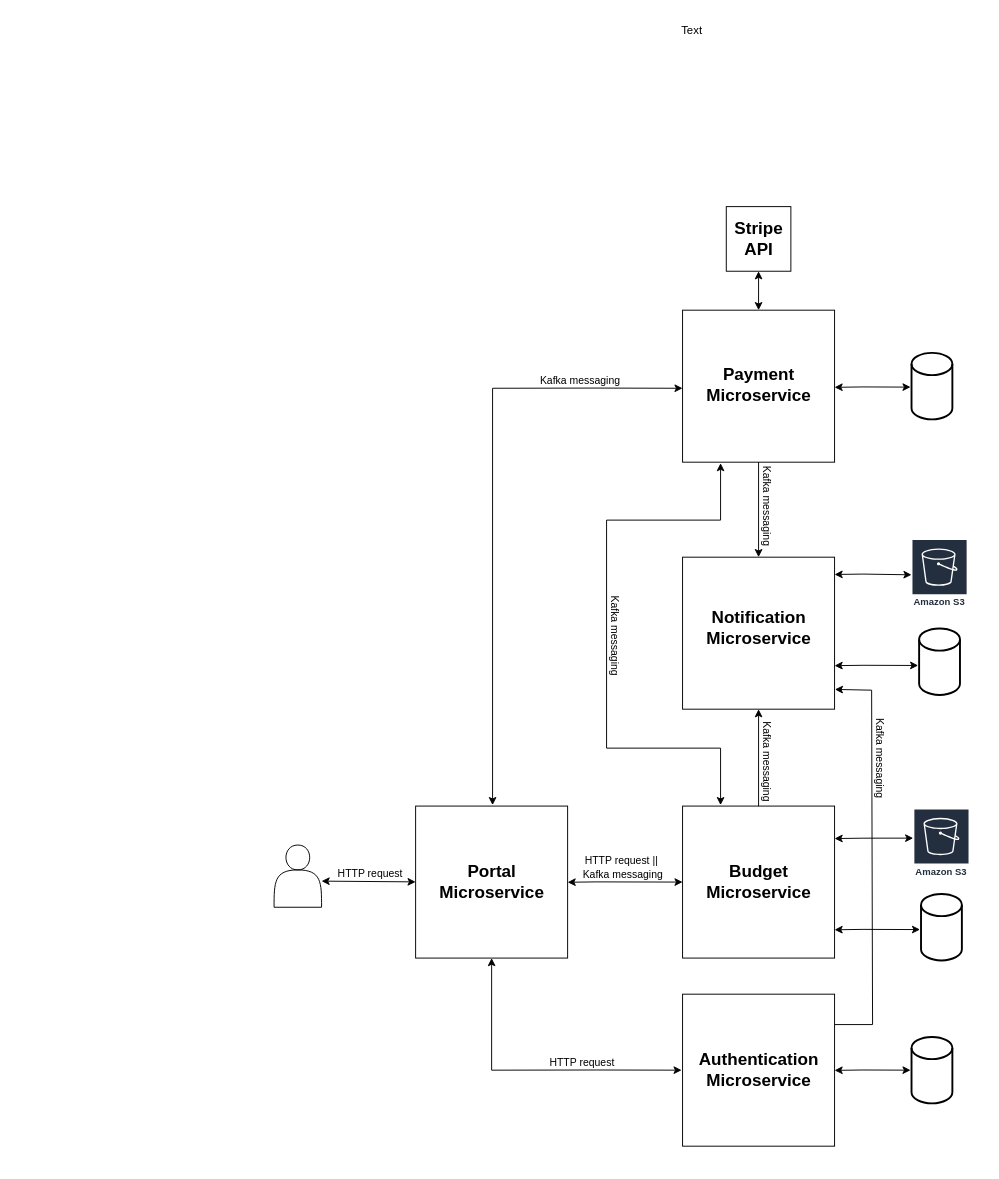
Earlier version of the draw.io diagram documentationStuff/expenseshubdiagram.drawio (MiguelCardoso19/BudgetHub). Source tidied: cells renumbered, new cells numbered last; positions are measured from the earlier drawing's top-left corner, leaving out a move shared by most shapes. Both pictures are drawn from the tidied source at 95%, with x=0, y=0 at pixel (274, 16).
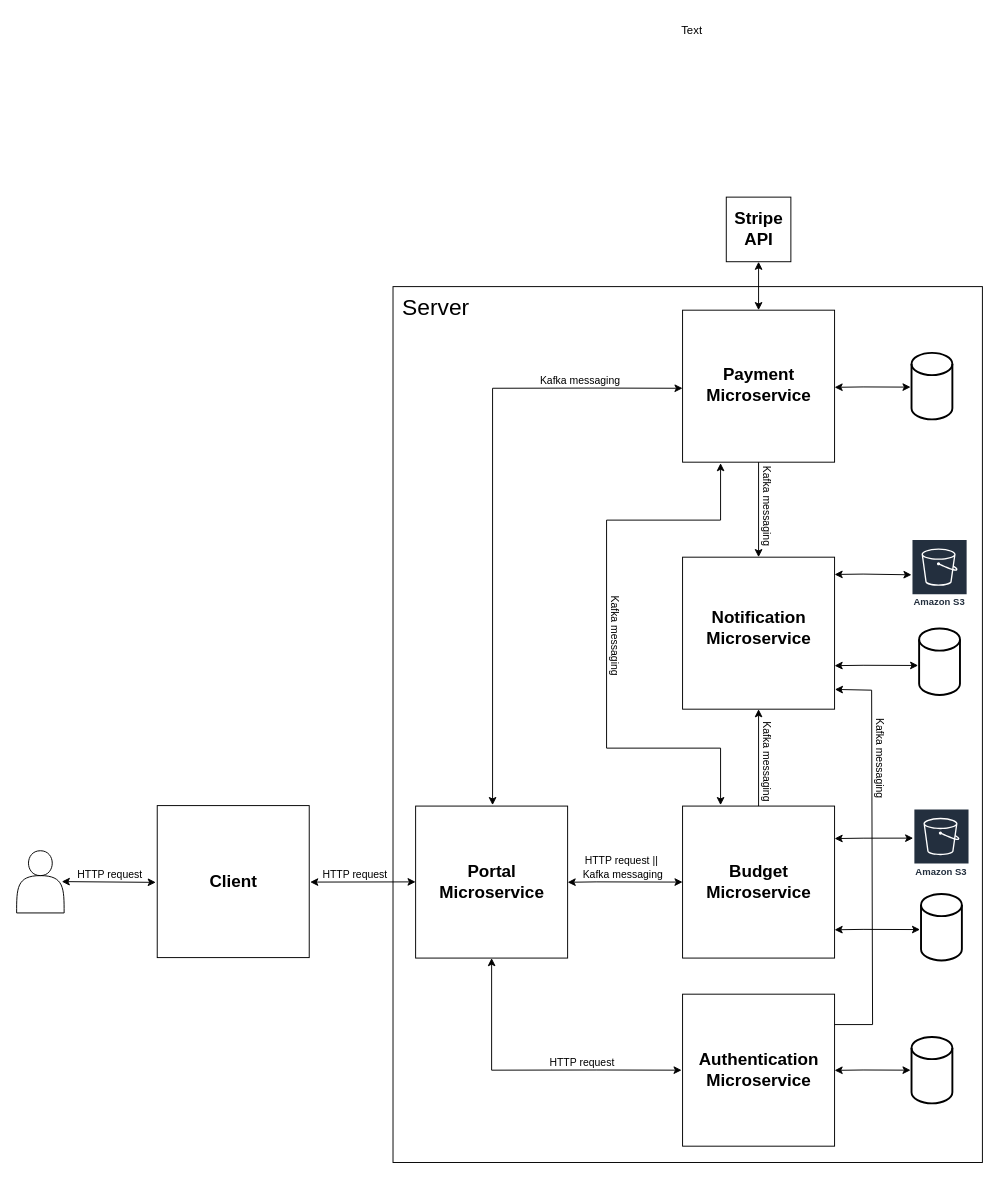
Above is the later version.

What changed in the source:
```diff
@@
+    <mxCell id="45" style="rounded=0;whiteSpace=wrap;html=1;rotation=-90;" parent="1" vertex="1">
+      <mxGeometry x="-25.6" y="435" width="922" height="620.4" as="geometry" />
+    </mxCell>
@@
     <mxCell id="4" style="shape=actor;whiteSpace=wrap;html=1;" parent="1" vertex="1">
-      <mxGeometry y="872" width="50" height="65.5" as="geometry" />
+      <mxGeometry x="-271" y="878" width="50" height="65.5" as="geometry" />
     </mxCell>
     <mxCell id="5" style="endArrow=classic;startArrow=classic;html=1;rounded=0;entryX=0;entryY=0.5;entryDx=0;entryDy=0;" parent="1" edge="1">
       <mxGeometry relative="1" as="geometry">
-        <mxPoint x="50" y="910" as="sourcePoint" />
+        <mxPoint x="38" y="911" as="sourcePoint" />
         <mxPoint x="149" y="910.8" as="targetPoint" />
       </mxGeometry>
     </mxCell>
@@
     <mxCell id="29" value="&lt;font style=&quot;font-size: 11px;&quot;&gt;HTTP request&lt;/font&gt;" style="text;html=1;align=center;verticalAlign=middle;whiteSpace=wrap;rounded=0;" parent="1" vertex="1">
-      <mxGeometry x="59.5" y="887" width="82.5" height="30" as="geometry" />
+      <mxGeometry x="44" y="887.8" width="82.5" height="30" as="geometry" />
     </mxCell>
@@
     <mxCell id="34" style="whiteSpace=wrap;html=1;" parent="1" vertex="1">
-      <mxGeometry x="476" y="200" width="68" height="68" as="geometry" />
+      <mxGeometry x="476" y="190" width="68" height="68" as="geometry" />
     </mxCell>
     <mxCell id="35" value="&lt;span style=&quot;font-size: 18px;&quot;&gt;&lt;b&gt;Stripe&lt;br&gt;API&lt;/b&gt;&lt;/span&gt;" style="text;html=1;align=center;verticalAlign=middle;whiteSpace=wrap;rounded=0;" parent="1" vertex="1">
-      <mxGeometry x="478.6" y="206" width="62.8" height="56" as="geometry" />
+      <mxGeometry x="478.6" y="196" width="62.8" height="56" as="geometry" />
     </mxCell>
@@
+    <mxCell id="46" style="whiteSpace=wrap;html=1;" parent="1" vertex="1">
+      <mxGeometry x="-123" y="830.5" width="160" height="160" as="geometry" />
+    </mxCell>
+    <mxCell id="47" value="&lt;span style=&quot;font-size: 18px;&quot;&gt;&lt;b&gt;Client&lt;/b&gt;&lt;/span&gt;" style="text;html=1;align=center;verticalAlign=middle;whiteSpace=wrap;rounded=0;" parent="1" vertex="1">
+      <mxGeometry x="-100.5" y="863" width="115" height="95" as="geometry" />
+    </mxCell>
+    <mxCell id="48" value="&lt;font style=&quot;font-size: 11px;&quot;&gt;HTTP request&lt;/font&gt;" style="text;html=1;align=center;verticalAlign=middle;whiteSpace=wrap;rounded=0;" parent="1" vertex="1">
+      <mxGeometry x="-214" y="887.8" width="82.5" height="30" as="geometry" />
+    </mxCell>
+    <mxCell id="49" style="endArrow=classic;startArrow=classic;html=1;rounded=0;entryX=0;entryY=0.5;entryDx=0;entryDy=0;" parent="1" edge="1">
+      <mxGeometry relative="1" as="geometry">
+        <mxPoint x="-223.5" y="910.5" as="sourcePoint" />
+        <mxPoint x="-124.5" y="911.3" as="targetPoint" />
+      </mxGeometry>
+    </mxCell>
+    <mxCell id="50" value="&lt;font style=&quot;font-size: 24px;&quot;&gt;Server&lt;/font&gt;" style="text;html=1;align=center;verticalAlign=middle;whiteSpace=wrap;rounded=0;" parent="1" vertex="1">
+      <mxGeometry x="120" y="292" width="101" height="30" as="geometry" />
+    </mxCell>
```
